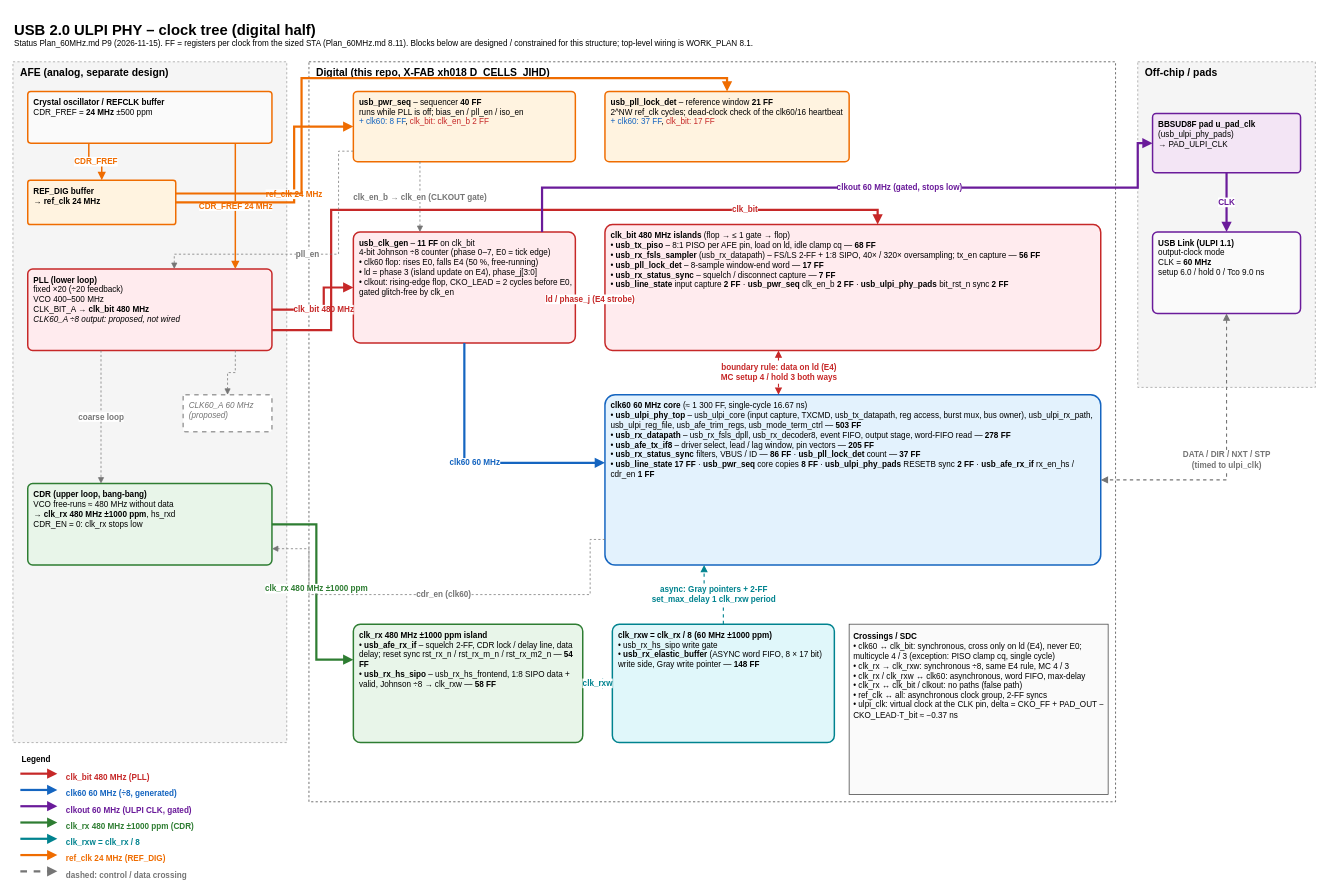
Earlier version of the draw.io diagram DOC/Diagram/Clocktree/clock_tree.drawio (sergilch/USB_ULPI_60MHz). Source tidied: cells renumbered, new cells numbered last; positions are measured from the earlier drawing's top-left corner, leaving out a move shared by most shapes. Both pictures are drawn from the tidied source at 74%, with x=0, y=0 at pixel (13, 16).
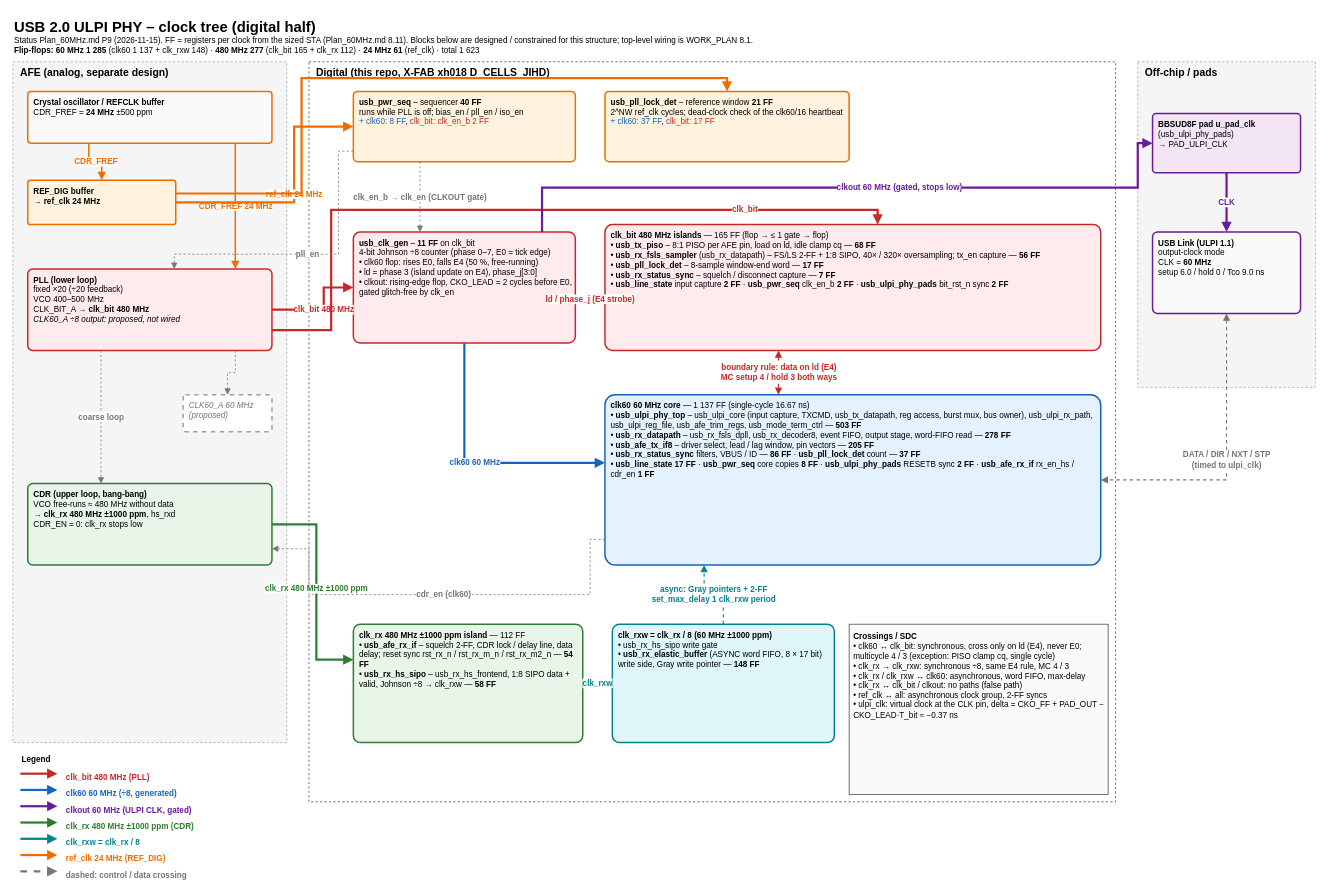
The same page after the edit.

Commit message (it also covers changes not shown here):
Clock tree: flip-flop counts per clock

- clock_tree.md: new section 3.7 with the register count per clock
  (60 MHz 1 285 = clk60 1 137 + clk_rxw 148; 480 MHz 277 = clk_bit 165
  + clk_rx 112; ref_clk 61; total 1 623) and per module, from
  run_sta.sh (slow, 2026-11-16) plus the pad-wrapper flops from Yosys.
- Overview counts corrected (core was given as ~1 500 FF).
- clock_tree.drawio: core box 1 137 FF (was ~1 300), island counts
  165 / 112, summary line in the title.

Diff of the diagram source:
```diff
@@
-    <mxCell id="2" value="&lt;b style='font-size:20px'&gt;USB 2.0 ULPI PHY – clock tree (digital half)&lt;/b&gt;&lt;br&gt;Status Plan_60MHz.md P9 (2026-11-15). FF = registers per clock from the sized STA (Plan_60MHz.md 8.11). Blocks below are designed / constrained for this structure; top-level wiring is WORK_PLAN 8.1." style="text;html=1;whiteSpace=wrap;align=left;verticalAlign=top;fontSize=11;" parent="1" vertex="1">
-      <mxGeometry width="1500" height="50" as="geometry" />
+    <mxCell id="2" value="&lt;b style='font-size:20px'&gt;USB 2.0 ULPI PHY – clock tree (digital half)&lt;/b&gt;&lt;br&gt;Status Plan_60MHz.md P9 (2026-11-15). FF = registers per clock from the sized STA (Plan_60MHz.md 8.11). Blocks below are designed / constrained for this structure; top-level wiring is WORK_PLAN 8.1.&lt;br&gt;&lt;b&gt;Flip-flops: 60 MHz 1 285&lt;/b&gt; (clk60 1 137 + clk_rxw 148) · &lt;b&gt;480 MHz 277&lt;/b&gt; (clk_bit 165 + clk_rx 112) · &lt;b&gt;24 MHz 61&lt;/b&gt; (ref_clk) · total 1 623" style="text;html=1;whiteSpace=wrap;align=left;verticalAlign=top;fontSize=11;" parent="1" vertex="1">
+      <mxGeometry y="-4" width="1500" height="64" as="geometry" />
     </mxCell>
@@
-    <mxCell id="20" value="&lt;b&gt;clk_bit 480 MHz islands&lt;/b&gt; (flop → ≤ 1 gate → flop)&lt;br&gt;• &lt;b&gt;usb_tx_piso&lt;/b&gt; – 8:1 PISO per AFE pin, load on ld, idle clamp cq — &lt;b&gt;68 FF&lt;/b&gt;&lt;br&gt;• &lt;b&gt;usb_rx_fsls_sampler&lt;/b&gt; (usb_rx_datapath) – FS/LS 2-FF + 1:8 SIPO, 40× / 320× oversampling; tx_en capture — &lt;b&gt;56 FF&lt;/b&gt;&lt;br&gt;• &lt;b&gt;usb_pll_lock_det&lt;/b&gt; – 8-sample window-end word — &lt;b&gt;17 FF&lt;/b&gt;&lt;br&gt;• &lt;b&gt;usb_rx_status_sync&lt;/b&gt; – squelch / disconnect capture — &lt;b&gt;7 FF&lt;/b&gt;&lt;br&gt;• &lt;b&gt;usb_line_state&lt;/b&gt; input capture &lt;b&gt;2 FF&lt;/b&gt; · &lt;b&gt;usb_pwr_seq&lt;/b&gt; clk_en_b &lt;b&gt;2 FF&lt;/b&gt; · &lt;b&gt;usb_ulpi_phy_pads&lt;/b&gt; bit_rst_n sync &lt;b&gt;2 FF&lt;/b&gt;" style="rounded=1;whiteSpace=wrap;html=1;arcSize=6;strokeColor=#C62828;fillColor=#FFEBEE;strokeWidth=2;align=left;verticalAlign=top;spacingLeft=6;spacingTop=2;fontSize=11;" parent="1" vertex="1">
+    <mxCell id="20" value="&lt;b&gt;clk_bit 480 MHz islands&lt;/b&gt; — 165 FF (flop → ≤ 1 gate → flop)&lt;br&gt;• &lt;b&gt;usb_tx_piso&lt;/b&gt; – 8:1 PISO per AFE pin, load on ld, idle clamp cq — &lt;b&gt;68 FF&lt;/b&gt;&lt;br&gt;• &lt;b&gt;usb_rx_fsls_sampler&lt;/b&gt; (usb_rx_datapath) – FS/LS 2-FF + 1:8 SIPO, 40× / 320× oversampling; tx_en capture — &lt;b&gt;56 FF&lt;/b&gt;&lt;br&gt;• &lt;b&gt;usb_pll_lock_det&lt;/b&gt; – 8-sample window-end word — &lt;b&gt;17 FF&lt;/b&gt;&lt;br&gt;• &lt;b&gt;usb_rx_status_sync&lt;/b&gt; – squelch / disconnect capture — &lt;b&gt;7 FF&lt;/b&gt;&lt;br&gt;• &lt;b&gt;usb_line_state&lt;/b&gt; input capture &lt;b&gt;2 FF&lt;/b&gt; · &lt;b&gt;usb_pwr_seq&lt;/b&gt; clk_en_b &lt;b&gt;2 FF&lt;/b&gt; · &lt;b&gt;usb_ulpi_phy_pads&lt;/b&gt; bit_rst_n sync &lt;b&gt;2 FF&lt;/b&gt;" style="rounded=1;whiteSpace=wrap;html=1;arcSize=6;strokeColor=#C62828;fillColor=#FFEBEE;strokeWidth=2;align=left;verticalAlign=top;spacingLeft=6;spacingTop=2;fontSize=11;" parent="1" vertex="1">
       <mxGeometry x="800" y="282" width="670" height="170" as="geometry" />
     </mxCell>
@@
-    <mxCell id="24" value="&lt;b&gt;clk60 60 MHz core&lt;/b&gt; (≈ 1 300 FF, single-cycle 16.67 ns)&lt;br&gt;• &lt;b&gt;usb_ulpi_phy_top&lt;/b&gt; – usb_ulpi_core (input capture, TXCMD, usb_tx_datapath, reg access, burst mux, bus owner), usb_ulpi_rx_path, usb_ulpi_reg_file, usb_afe_trim_regs, usb_mode_term_ctrl — &lt;b&gt;503 FF&lt;/b&gt;&lt;br&gt;• &lt;b&gt;usb_rx_datapath&lt;/b&gt; – usb_rx_fsls_dpll, usb_rx_decoder8, event FIFO, output stage, word-FIFO read — &lt;b&gt;278 FF&lt;/b&gt;&lt;br&gt;• &lt;b&gt;usb_afe_tx_if8&lt;/b&gt; – driver select, lead / lag window, pin vectors — &lt;b&gt;205 FF&lt;/b&gt;&lt;br&gt;• &lt;b&gt;usb_rx_status_sync&lt;/b&gt; filters, VBUS / ID — &lt;b&gt;86 FF&lt;/b&gt; · &lt;b&gt;usb_pll_lock_det&lt;/b&gt; count — &lt;b&gt;37 FF&lt;/b&gt;&lt;br&gt;• &lt;b&gt;usb_line_state&lt;/b&gt; &lt;b&gt;17 FF&lt;/b&gt; · &lt;b&gt;usb_pwr_seq&lt;/b&gt; core copies &lt;b&gt;8 FF&lt;/b&gt; · &lt;b&gt;usb_ulpi_phy_pads&lt;/b&gt; RESETB sync &lt;b&gt;2 FF&lt;/b&gt; · &lt;b&gt;usb_afe_rx_if&lt;/b&gt; rx_en_hs / cdr_en &lt;b&gt;1 FF&lt;/b&gt;" style="rounded=1;whiteSpace=wrap;html=1;arcSize=6;strokeColor=#1565C0;fillColor=#E3F2FD;strokeWidth=2;align=left;verticalAlign=top;spacingLeft=6;spacingTop=2;fontSize=11;" parent="1" vertex="1">
+    <mxCell id="24" value="&lt;b&gt;clk60 60 MHz core&lt;/b&gt; — 1 137 FF (single-cycle 16.67 ns)&lt;br&gt;• &lt;b&gt;usb_ulpi_phy_top&lt;/b&gt; – usb_ulpi_core (input capture, TXCMD, usb_tx_datapath, reg access, burst mux, bus owner), usb_ulpi_rx_path, usb_ulpi_reg_file, usb_afe_trim_regs, usb_mode_term_ctrl — &lt;b&gt;503 FF&lt;/b&gt;&lt;br&gt;• &lt;b&gt;usb_rx_datapath&lt;/b&gt; – usb_rx_fsls_dpll, usb_rx_decoder8, event FIFO, output stage, word-FIFO read — &lt;b&gt;278 FF&lt;/b&gt;&lt;br&gt;• &lt;b&gt;usb_afe_tx_if8&lt;/b&gt; – driver select, lead / lag window, pin vectors — &lt;b&gt;205 FF&lt;/b&gt;&lt;br&gt;• &lt;b&gt;usb_rx_status_sync&lt;/b&gt; filters, VBUS / ID — &lt;b&gt;86 FF&lt;/b&gt; · &lt;b&gt;usb_pll_lock_det&lt;/b&gt; count — &lt;b&gt;37 FF&lt;/b&gt;&lt;br&gt;• &lt;b&gt;usb_line_state&lt;/b&gt; &lt;b&gt;17 FF&lt;/b&gt; · &lt;b&gt;usb_pwr_seq&lt;/b&gt; core copies &lt;b&gt;8 FF&lt;/b&gt; · &lt;b&gt;usb_ulpi_phy_pads&lt;/b&gt; RESETB sync &lt;b&gt;2 FF&lt;/b&gt; · &lt;b&gt;usb_afe_rx_if&lt;/b&gt; rx_en_hs / cdr_en &lt;b&gt;1 FF&lt;/b&gt;" style="rounded=1;whiteSpace=wrap;html=1;arcSize=6;strokeColor=#1565C0;fillColor=#E3F2FD;strokeWidth=2;align=left;verticalAlign=top;spacingLeft=6;spacingTop=2;fontSize=11;" parent="1" vertex="1">
       <mxGeometry x="800" y="512" width="670" height="230" as="geometry" />
     </mxCell>
@@
-    <mxCell id="27" value="&lt;b&gt;clk_rx 480 MHz ±1000 ppm island&lt;/b&gt;&lt;br&gt;• &lt;b&gt;usb_afe_rx_if&lt;/b&gt; – squelch 2-FF, CDR lock / delay line, data delay; reset sync rst_rx_n / rst_rx_m_n / rst_rx_m2_n — &lt;b&gt;54 FF&lt;/b&gt;&lt;br&gt;• &lt;b&gt;usb_rx_hs_sipo&lt;/b&gt; – usb_rx_hs_frontend, 1:8 SIPO data + valid, Johnson ÷8 → clk_rxw — &lt;b&gt;58 FF&lt;/b&gt;" style="rounded=1;whiteSpace=wrap;html=1;arcSize=6;strokeColor=#2E7D32;fillColor=#E8F5E9;strokeWidth=2;align=left;verticalAlign=top;spacingLeft=6;spacingTop=2;fontSize=11;" parent="1" vertex="1">
+    <mxCell id="27" value="&lt;b&gt;clk_rx 480 MHz ±1000 ppm island&lt;/b&gt; — 112 FF&lt;br&gt;• &lt;b&gt;usb_afe_rx_if&lt;/b&gt; – squelch 2-FF, CDR lock / delay line, data delay; reset sync rst_rx_n / rst_rx_m_n / rst_rx_m2_n — &lt;b&gt;54 FF&lt;/b&gt;&lt;br&gt;• &lt;b&gt;usb_rx_hs_sipo&lt;/b&gt; – usb_rx_hs_frontend, 1:8 SIPO data + valid, Johnson ÷8 → clk_rxw — &lt;b&gt;58 FF&lt;/b&gt;" style="rounded=1;whiteSpace=wrap;html=1;arcSize=6;strokeColor=#2E7D32;fillColor=#E8F5E9;strokeWidth=2;align=left;verticalAlign=top;spacingLeft=6;spacingTop=2;fontSize=11;" parent="1" vertex="1">
       <mxGeometry x="460" y="822" width="310" height="160" as="geometry" />
     </mxCell>
```
